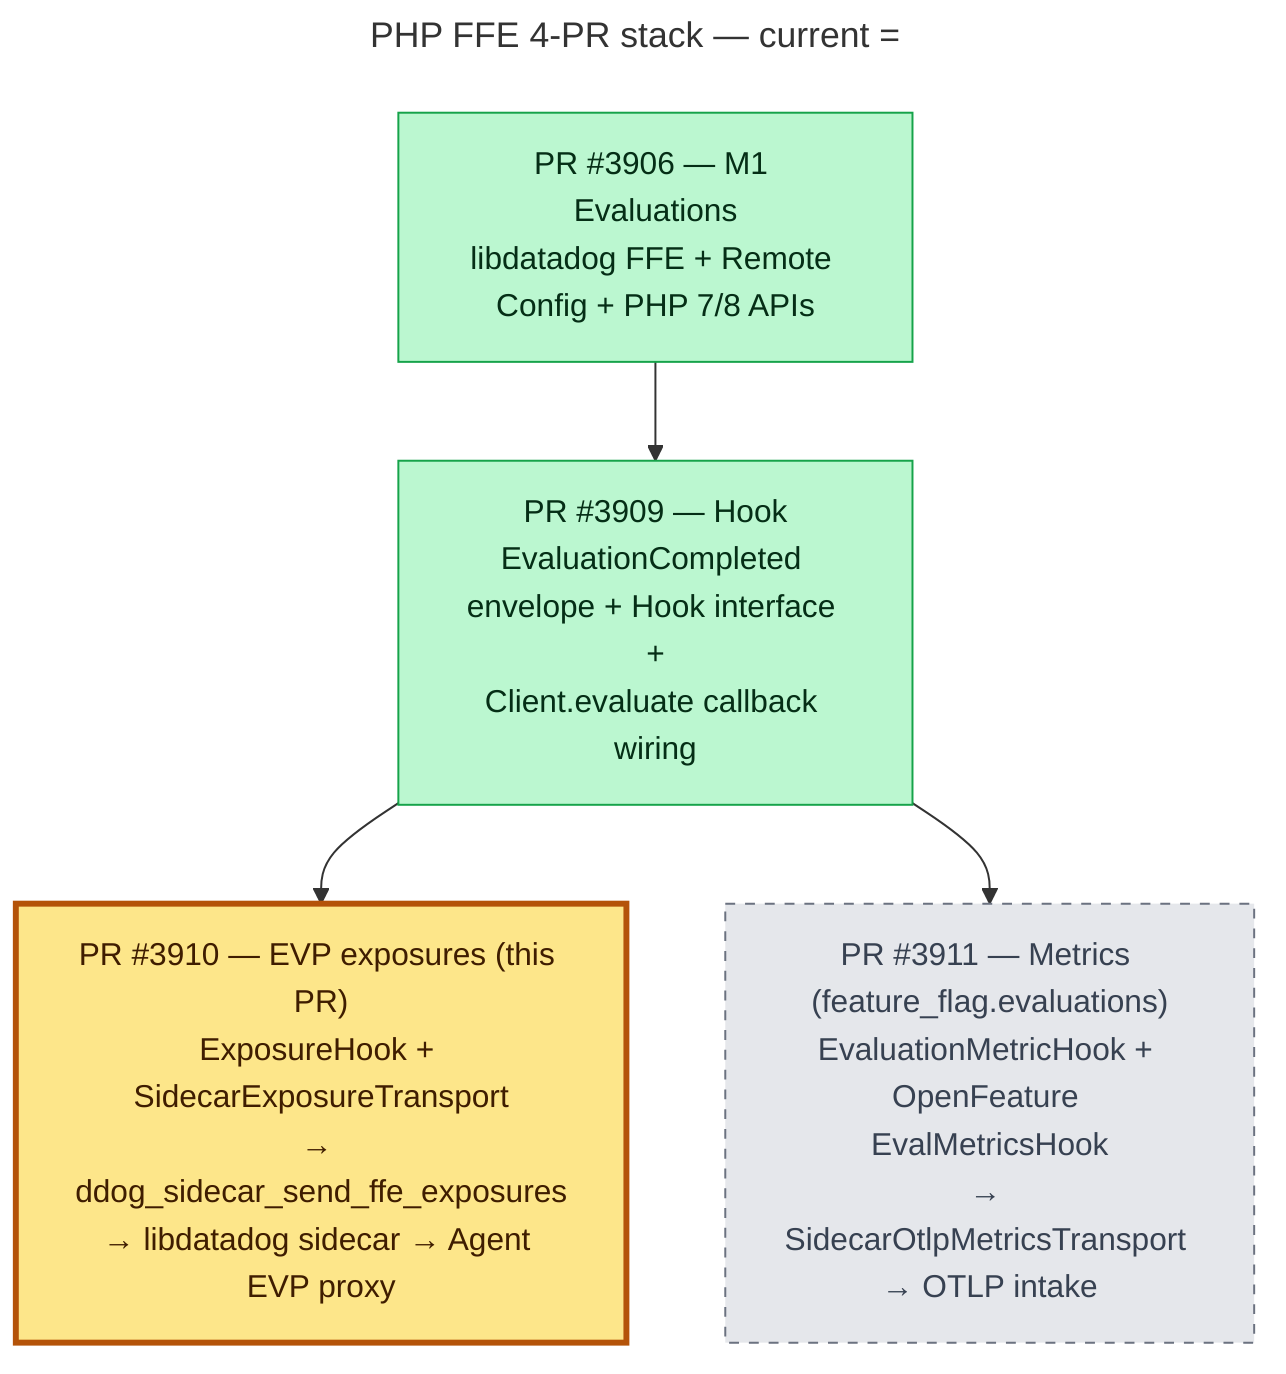
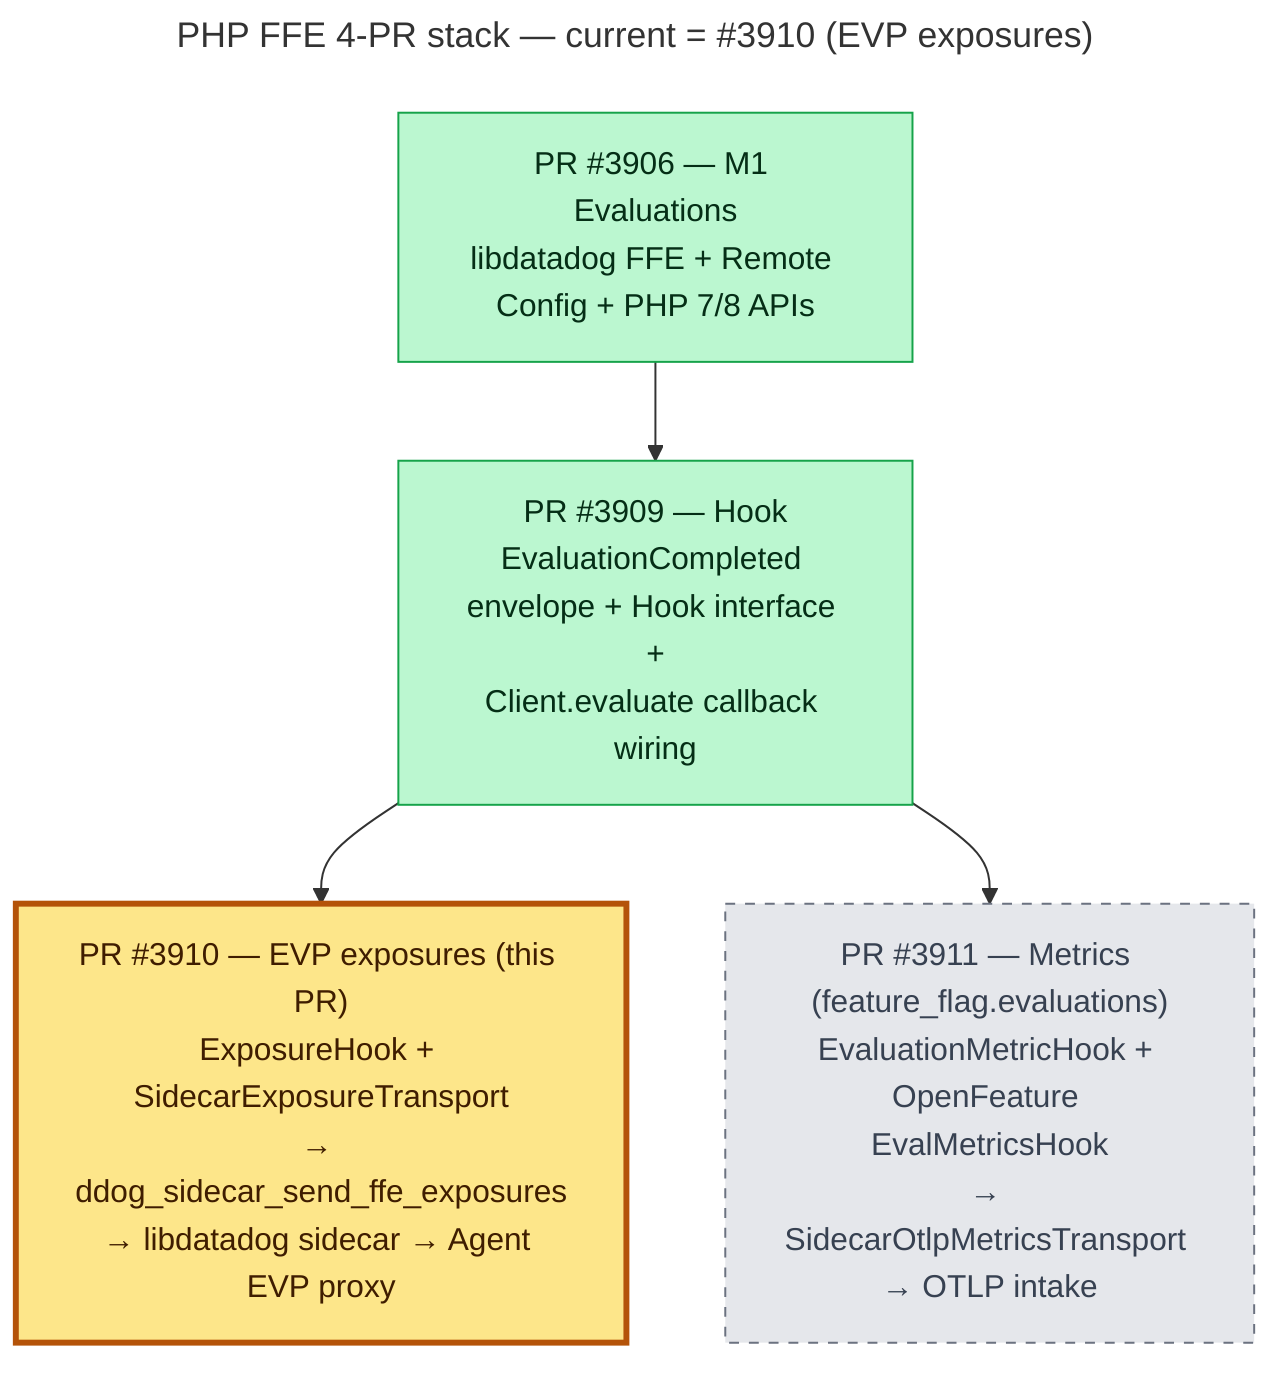
---
- title: PHP FFE 4-PR stack — current = #3910 (EVP exposures)
+ title: "PHP FFE 4-PR stack — current = #3910 (EVP exposures)"
---
flowchart TD
    pr3906["PR #3906 — M1 Evaluations<br/>libdatadog FFE + Remote Config + PHP 7/8 APIs"]:::done
    pr3909["PR #3909 — Hook<br/>EvaluationCompleted envelope + Hook interface +<br/>Client.evaluate callback wiring"]:::done
    pr3910["PR #3910 — EVP exposures (this PR)<br/>ExposureHook + SidecarExposureTransport<br/>→ ddog_sidecar_send_ffe_exposures<br/>→ libdatadog sidecar → Agent EVP proxy"]:::current
    pr3911["PR #3911 — Metrics (feature_flag.evaluations)<br/>EvaluationMetricHook + OpenFeature EvalMetricsHook<br/>→ SidecarOtlpMetricsTransport → OTLP intake"]:::future

    pr3906 --> pr3909
    pr3909 --> pr3910
    pr3909 --> pr3911

    classDef done fill:#bbf7d0,stroke:#16a34a,color:#052e16
    classDef current fill:#fde68a,stroke:#b45309,color:#3f1d00,stroke-width:3px
    classDef future fill:#e5e7eb,stroke:#6b7280,color:#374151,stroke-dasharray: 5 5
